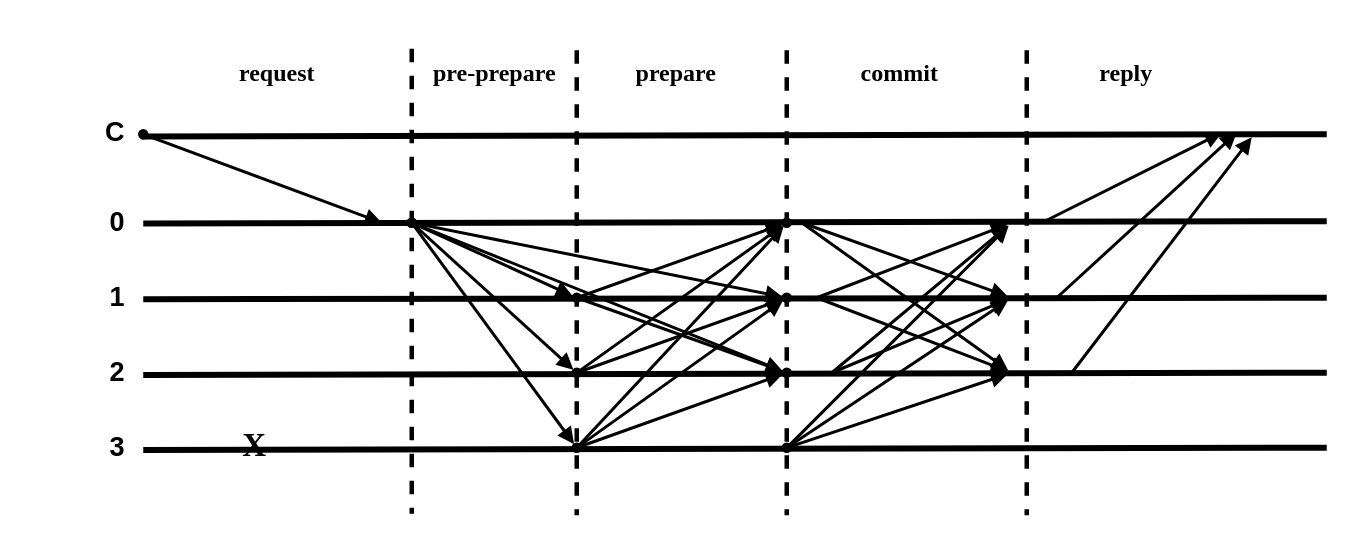
cynic-1/Graphs keeps this draw.io diagram as page "2.3 PBFT" (3 of 4) of 2-x.drawio. Above is the earlier version. Source tidied: cells renumbered, new cells numbered last; positions are measured from the earlier drawing's top-left corner, leaving out a move shared by most shapes. Both pictures are drawn from the tidied source at 150%, with x=0, y=0 at pixel (81, 27).
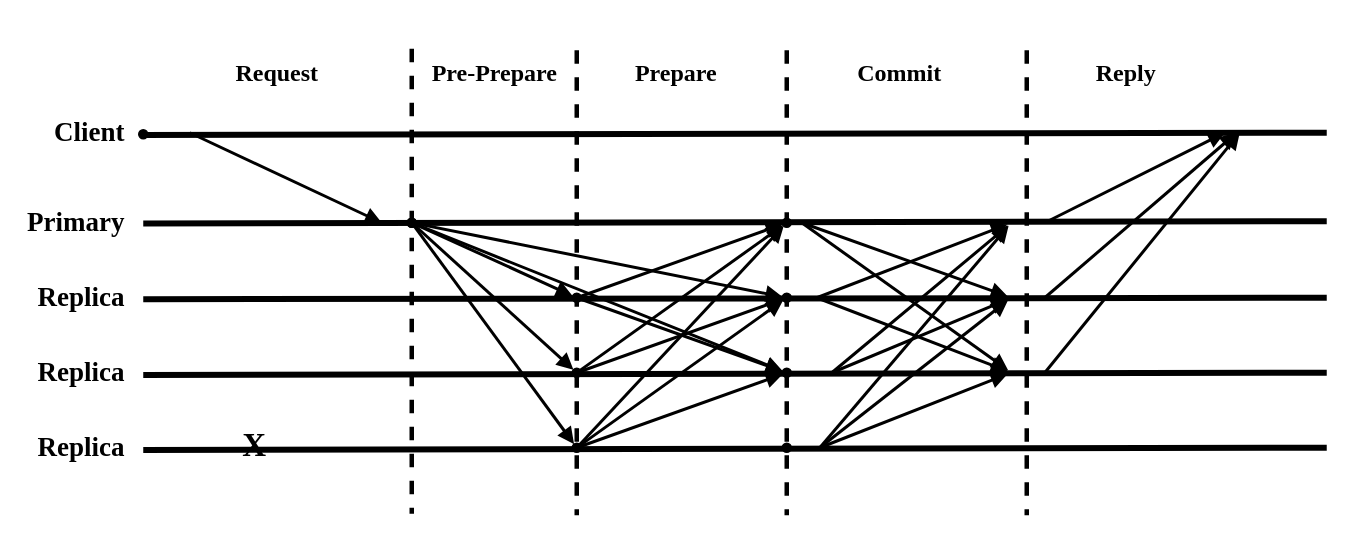
The same diagram, later.

Unchanged cells that the change refers to:
```xml
<mxCell id="23" style="ellipse;strokeColor=#000000;fillColor=#000000;fontFamily=Times New Roman;" parent="1" vertex="1">
  <mxGeometry x="38" y="68" width="6" height="6" as="geometry" />
</mxCell>
<mxCell id="32" style="ellipse;strokeColor=#000000;fillColor=#000000;fontFamily=Times New Roman;" parent="1" vertex="1">
  <mxGeometry x="467" y="277" width="6" height="6" as="geometry" />
</mxCell>
```

The edit, as a diff of the source:
```diff
@@
-    <mxCell id="2" value="request" style="text;html=1;strokeColor=none;fillColor=none;align=center;verticalAlign=middle;fontSize=16;fontStyle=1;fontFamily=Times New Roman;" parent="1" vertex="1">
+    <mxCell id="2" value="Request" style="text;html=1;strokeColor=none;fillColor=none;align=center;verticalAlign=middle;fontSize=16;fontStyle=1;fontFamily=Times New Roman;" parent="1" vertex="1">
       <mxGeometry x="70" y="15" width="120" height="30" as="geometry" />
     </mxCell>
-    <mxCell id="3" value="pre-prepare" style="text;html=1;strokeColor=none;fillColor=none;align=center;verticalAlign=middle;fontSize=16;fontStyle=1;fontFamily=Times New Roman;" parent="1" vertex="1">
+    <mxCell id="3" value="Pre-Prepare" style="text;html=1;strokeColor=none;fillColor=none;align=center;verticalAlign=middle;fontSize=16;fontStyle=1;fontFamily=Times New Roman;" parent="1" vertex="1">
       <mxGeometry x="205" y="15" width="140" height="30" as="geometry" />
     </mxCell>
-    <mxCell id="4" value="prepare" style="text;html=1;strokeColor=none;fillColor=none;align=center;verticalAlign=middle;fontSize=16;fontStyle=1;fontFamily=Times New Roman;" parent="1" vertex="1">
+    <mxCell id="4" value="Prepare" style="text;html=1;strokeColor=none;fillColor=none;align=center;verticalAlign=middle;fontSize=16;fontStyle=1;fontFamily=Times New Roman;" parent="1" vertex="1">
       <mxGeometry x="336" y="15" width="120" height="30" as="geometry" />
     </mxCell>
-    <mxCell id="5" value="commit" style="text;html=1;strokeColor=none;fillColor=none;align=center;verticalAlign=middle;fontSize=16;fontStyle=1;fontFamily=Times New Roman;" parent="1" vertex="1">
+    <mxCell id="5" value="Commit" style="text;html=1;strokeColor=none;fillColor=none;align=center;verticalAlign=middle;fontSize=16;fontStyle=1;fontFamily=Times New Roman;" parent="1" vertex="1">
       <mxGeometry x="485" y="15" width="120" height="30" as="geometry" />
     </mxCell>
-    <mxCell id="6" value="reply" style="text;html=1;strokeColor=none;fillColor=none;align=center;verticalAlign=middle;fontSize=16;fontStyle=1;fontFamily=Times New Roman;" parent="1" vertex="1">
+    <mxCell id="6" value="Reply" style="text;html=1;strokeColor=none;fillColor=none;align=center;verticalAlign=middle;fontSize=16;fontStyle=1;fontFamily=Times New Roman;" parent="1" vertex="1">
       <mxGeometry x="636" y="15" width="120" height="30" as="geometry" />
     </mxCell>
@@
-    <mxCell id="17" value="C" style="text;html=1;strokeColor=none;fillColor=none;align=right;verticalAlign=middle;fontSize=18;fontStyle=1;" parent="1" vertex="1">
+    <mxCell id="17" value="Client" style="text;html=1;strokeColor=none;fillColor=none;align=right;verticalAlign=middle;fontSize=18;fontStyle=1;fontFamily=Times New Roman;" parent="1" vertex="1">
       <mxGeometry y="55" width="30" height="30" as="geometry" />
     </mxCell>
-    <mxCell id="18" value="0" style="text;html=1;strokeColor=none;fillColor=none;align=right;verticalAlign=middle;fontSize=18;fontStyle=1;" parent="1" vertex="1">
+    <mxCell id="18" value="Primary" style="text;html=1;strokeColor=none;fillColor=none;align=right;verticalAlign=middle;fontSize=18;fontStyle=1;fontFamily=Times New Roman;" parent="1" vertex="1">
       <mxGeometry y="115" width="30" height="30" as="geometry" />
     </mxCell>
-    <mxCell id="19" value="1" style="text;html=1;strokeColor=none;fillColor=none;align=right;verticalAlign=middle;fontSize=18;fontStyle=1;" parent="1" vertex="1">
+    <mxCell id="19" value="Replica" style="text;html=1;strokeColor=none;fillColor=none;align=right;verticalAlign=middle;fontSize=18;fontStyle=1;fontFamily=Times New Roman;" parent="1" vertex="1">
       <mxGeometry y="165" width="30" height="30" as="geometry" />
     </mxCell>
-    <mxCell id="20" value="2" style="text;html=1;strokeColor=none;fillColor=none;align=right;verticalAlign=middle;fontSize=18;fontStyle=1;" parent="1" vertex="1">
+    <mxCell id="20" value="Replica" style="text;html=1;strokeColor=none;fillColor=none;align=right;verticalAlign=middle;fontSize=18;fontStyle=1;fontFamily=Times New Roman;" parent="1" vertex="1">
       <mxGeometry y="215" width="30" height="30" as="geometry" />
     </mxCell>
-    <mxCell id="21" value="3" style="text;html=1;strokeColor=none;fillColor=none;align=right;verticalAlign=middle;fontSize=18;fontStyle=1;" parent="1" vertex="1">
+    <mxCell id="21" value="Replica" style="text;html=1;strokeColor=none;fillColor=none;align=right;verticalAlign=middle;fontSize=18;fontStyle=1;fontFamily=Times New Roman;" parent="1" vertex="1">
       <mxGeometry y="265" width="30" height="30" as="geometry" />
     </mxCell>
@@
-    <mxCell id="33" style="endArrow=block;html=1;strokeWidth=2;fontFamily=Times New Roman;" parent="1" edge="1" source="23">
+    <mxCell id="33" style="endArrow=block;html=1;strokeWidth=2;fontFamily=Times New Roman;" parent="1" edge="1">
       <mxGeometry relative="1" as="geometry">
+        <mxPoint x="72" y="70" as="sourcePoint" />
         <mxPoint x="200" y="130" as="targetPoint" />
       </mxGeometry>
     </mxCell>
@@
-    <mxCell id="48" style="endArrow=block;html=1;strokeWidth=2;fontFamily=Times New Roman;" parent="1" edge="1" source="32">
+    <mxCell id="48" style="endArrow=block;html=1;strokeWidth=2;fontFamily=Times New Roman;" parent="1" edge="1">
       <mxGeometry relative="1" as="geometry">
+        <mxPoint x="492" y="280" as="sourcePoint" />
         <mxPoint x="617.9" y="132.1" as="targetPoint" />
       </mxGeometry>
     </mxCell>
@@
-    <mxCell id="51" style="endArrow=block;html=1;strokeWidth=2;fontFamily=Times New Roman;" parent="1" edge="1" source="32">
+    <mxCell id="51" style="endArrow=block;html=1;strokeWidth=2;fontFamily=Times New Roman;" parent="1" edge="1">
       <mxGeometry relative="1" as="geometry">
+        <mxPoint x="492" y="280" as="sourcePoint" />
         <mxPoint x="617.5" y="181.7" as="targetPoint" />
       </mxGeometry>
     </mxCell>
@@
-    <mxCell id="54" style="endArrow=block;html=1;strokeWidth=2;fontFamily=Times New Roman;" parent="1" edge="1" source="32">
+    <mxCell id="54" style="endArrow=block;html=1;strokeWidth=2;fontFamily=Times New Roman;" parent="1" edge="1">
       <mxGeometry relative="1" as="geometry">
+        <mxPoint x="492" y="280" as="sourcePoint" />
         <mxPoint x="617.2" y="230.9" as="targetPoint" />
       </mxGeometry>
     </mxCell>
     <mxCell id="55" style="endArrow=block;html=1;strokeWidth=2;fontFamily=Times New Roman;" parent="1" edge="1">
       <mxGeometry relative="1" as="geometry">
-        <mxPoint x="640" y="130" as="sourcePoint" />
-        <mxPoint x="760" y="70" as="targetPoint" />
+        <mxPoint x="642" y="130" as="sourcePoint" />
+        <mxPoint x="762" y="70" as="targetPoint" />
       </mxGeometry>
     </mxCell>
     <mxCell id="56" style="endArrow=block;html=1;strokeWidth=2;fontFamily=Times New Roman;" parent="1" edge="1">
       <mxGeometry relative="1" as="geometry">
-        <mxPoint x="650" y="180" as="sourcePoint" />
+        <mxPoint x="642" y="180" as="sourcePoint" />
         <mxPoint x="770" y="70" as="targetPoint" />
       </mxGeometry>
     </mxCell>
     <mxCell id="57" style="endArrow=block;html=1;strokeWidth=2;fontFamily=Times New Roman;" parent="1" edge="1">
       <mxGeometry relative="1" as="geometry">
-        <mxPoint x="660" y="230" as="sourcePoint" />
-        <mxPoint x="780" y="73" as="targetPoint" />
+        <mxPoint x="642" y="230" as="sourcePoint" />
+        <mxPoint x="772" y="70" as="targetPoint" />
       </mxGeometry>
     </mxCell>
     <mxCell id="58" style="endArrow=none;html=1;rounded=0;strokeWidth=4;fontFamily=Times New Roman;" parent="1" edge="1">
       <mxGeometry relative="1" as="geometry">
-        <mxPoint x="40" y="72.5" as="sourcePoint" />
-        <mxPoint x="830" y="71" as="targetPoint" />
+        <mxPoint x="40" y="71.5" as="sourcePoint" />
+        <mxPoint x="830" y="70" as="targetPoint" />
       </mxGeometry>
     </mxCell>
```
